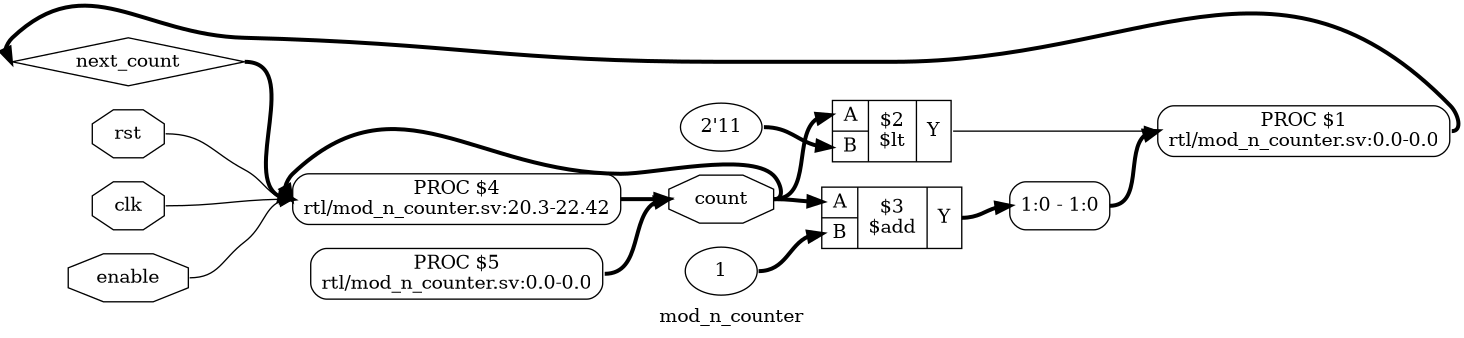
The Graphviz diagram elaborated.png in physical-memory-paige/fpga-digital-watch, before a commit. Its source is kept beside it as elaborated.dot.
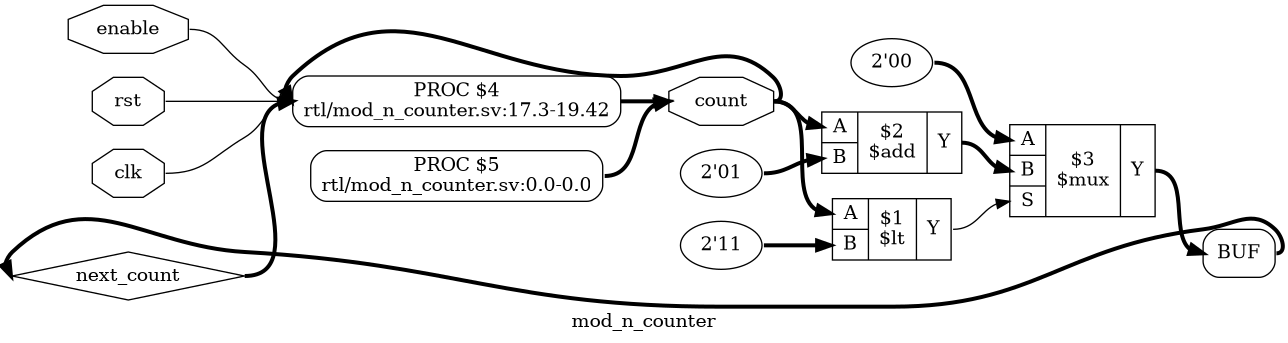
The same file after the commit.

What changed in the source:
```diff
@@ -2,32 +2,34 @@
 label="mod_n_counter";
 rankdir="LR";
 remincross=true;
-n7 [ shape=diamond, label="next_count", color="black", fontcolor="black" ];
-n8 [ shape=octagon, label="count", color="black", fontcolor="black" ];
-n9 [ shape=octagon, label="enable", color="black", fontcolor="black" ];
-n10 [ shape=octagon, label="rst", color="black", fontcolor="black" ];
-n11 [ shape=octagon, label="clk", color="black", fontcolor="black" ];
-v0 [ label="1" ];
-c15 [ shape=record, label="{{<p12> A|<p13> B}|$3\n$add|{<p14> Y}}",  ];
-v1 [ label="2'11" ];
-c16 [ shape=record, label="{{<p12> A|<p13> B}|$2\n$lt|{<p14> Y}}",  ];
-p2 [shape=box, style=rounded, label="PROC $5\nrtl/mod_n_counter.sv:0.0-0.0"];
-p3 [shape=box, style=rounded, label="PROC $4\nrtl/mod_n_counter.sv:20.3-22.42"];
-x5 [ shape=record, style=rounded, label="<s0> 1:0 - 1:0 ", color="black", fontcolor="black" ];
-p4 [shape=box, style=rounded, label="PROC $1\nrtl/mod_n_counter.sv:0.0-0.0"];
-n10:e -> p3:w [color="black", fontcolor="black", label=""];
-n11:e -> p3:w [color="black", fontcolor="black", label=""];
-c15:p14:e -> x5:s0:w [color="black", fontcolor="black", style="setlinewidth(3)", label=""];
-c16:p14:e -> p4:w [color="black", fontcolor="black", label=""];
+n6 [ shape=diamond, label="next_count", color="black", fontcolor="black" ];
+n7 [ shape=octagon, label="count", color="black", fontcolor="black" ];
+n8 [ shape=octagon, label="enable", color="black", fontcolor="black" ];
+n9 [ shape=octagon, label="rst", color="black", fontcolor="black" ];
+n10 [ shape=octagon, label="clk", color="black", fontcolor="black" ];
+v0 [ label="2'00" ];
+c15 [ shape=record, label="{{<p11> A|<p12> B|<p13> S}|$3\n$mux|{<p14> Y}}",  ];
+v1 [ label="2'01" ];
+c16 [ shape=record, label="{{<p11> A|<p12> B}|$2\n$add|{<p14> Y}}",  ];
+v2 [ label="2'11" ];
+c17 [ shape=record, label="{{<p11> A|<p12> B}|$1\n$lt|{<p14> Y}}",  ];
+p3 [shape=box, style=rounded, label="PROC $5\nrtl/mod_n_counter.sv:0.0-0.0"];
+p4 [shape=box, style=rounded, label="PROC $4\nrtl/mod_n_counter.sv:17.3-19.42"];
+x5 [shape=box, style=rounded, label="BUF", ];
+n10:e -> p4:w [color="black", fontcolor="black", label=""];
+c15:p14:e -> x5:w [color="black", fontcolor="black", style="setlinewidth(3)", label=""];
+c16:p14:e -> c15:p12:w [color="black", fontcolor="black", style="setlinewidth(3)", label=""];
+c17:p14:e -> c15:p13:w [color="black", fontcolor="black", label=""];
+x5:e -> n6:w [color="black", fontcolor="black", style="setlinewidth(3)", label=""];
+n6:e -> p4:w [color="black", fontcolor="black", style="setlinewidth(3)", label=""];
+p3:e -> n7:w [color="black", fontcolor="black", style="setlinewidth(3)", label=""];
 p4:e -> n7:w [color="black", fontcolor="black", style="setlinewidth(3)", label=""];
-n7:e -> p3:w [color="black", fontcolor="black", style="setlinewidth(3)", label=""];
-p2:e -> n8:w [color="black", fontcolor="black", style="setlinewidth(3)", label=""];
-p3:e -> n8:w [color="black", fontcolor="black", style="setlinewidth(3)", label=""];
-n8:e -> c15:p12:w [color="black", fontcolor="black", style="setlinewidth(3)", label=""];
-n8:e -> c16:p12:w [color="black", fontcolor="black", style="setlinewidth(3)", label=""];
-n8:e -> p3:w [color="black", fontcolor="black", style="setlinewidth(3)", label=""];
-n9:e -> p3:w [color="black", fontcolor="black", label=""];
-v0:e -> c15:p13:w [color="black", fontcolor="black", style="setlinewidth(3)", label=""];
-v1:e -> c16:p13:w [color="black", fontcolor="black", style="setlinewidth(3)", label=""];
-x5:e -> p4:w [color="black", fontcolor="black", style="setlinewidth(3)", label=""];
+n7:e -> c16:p11:w [color="black", fontcolor="black", style="setlinewidth(3)", label=""];
+n7:e -> c17:p11:w [color="black", fontcolor="black", style="setlinewidth(3)", label=""];
+n7:e -> p4:w [color="black", fontcolor="black", style="setlinewidth(3)", label=""];
+n8:e -> p4:w [color="black", fontcolor="black", label=""];
+n9:e -> p4:w [color="black", fontcolor="black", label=""];
+v0:e -> c15:p11:w [color="black", fontcolor="black", style="setlinewidth(3)", label=""];
+v1:e -> c16:p12:w [color="black", fontcolor="black", style="setlinewidth(3)", label=""];
+v2:e -> c17:p12:w [color="black", fontcolor="black", style="setlinewidth(3)", label=""];
 }
```
